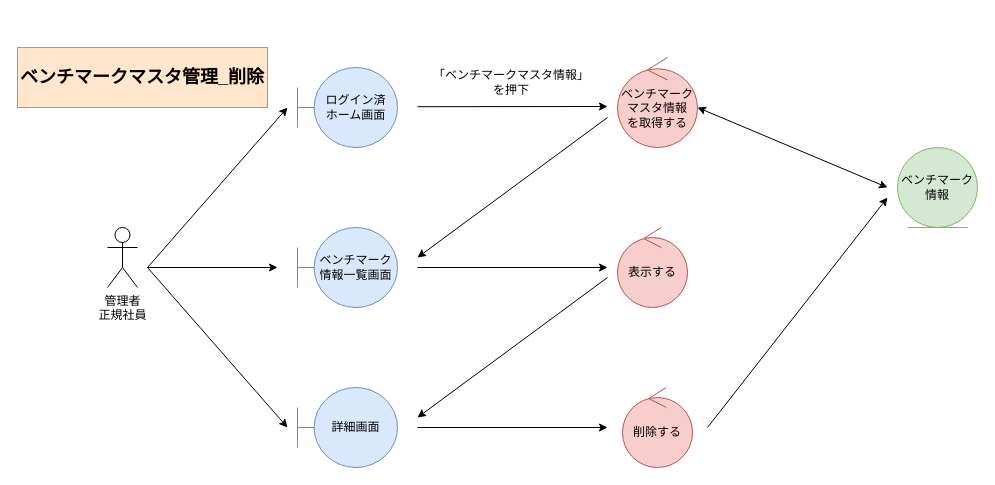
Above: page "*ベンチマークマスタ管理_削除" (4 of 4) of 各種設計書/3ロバストネス図/マスタ管理/5.ベンチマークマスタ.drawio in HaruShim/Sotuken (draw.io), before the change. Source tidied: cells renumbered, new cells numbered last; positions are measured from the earlier drawing's top-left corner, leaving out a move shared by most shapes. Both pictures are drawn from the tidied source at 100%, with x=0, y=0 at pixel (17, 47).
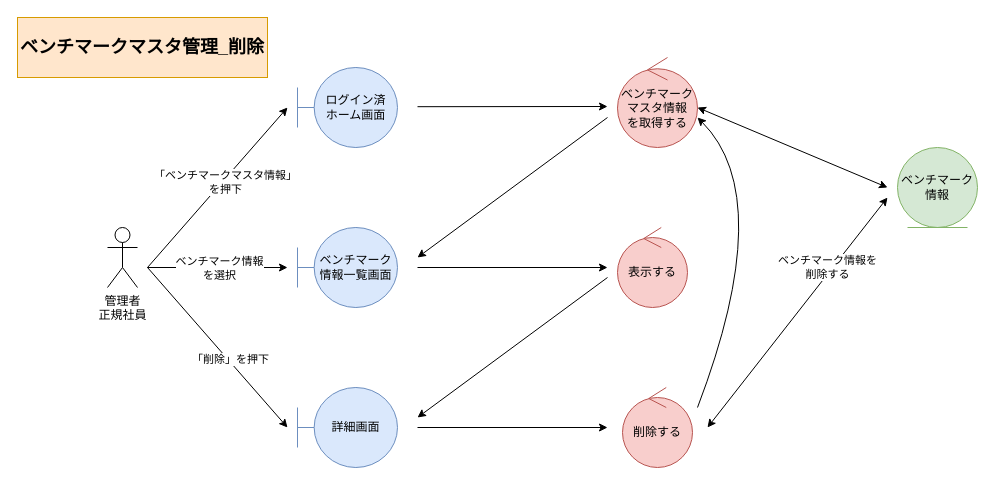
Above is the later version.

The edit, as a diff of the source:
```diff
@@
-    <mxCell id="2" value="管理者&lt;br&gt;正規社員" style="shape=umlActor;verticalLabelPosition=bottom;verticalAlign=top;html=1;" parent="1" vertex="1">
-      <mxGeometry x="90" y="180" width="30" height="60" as="geometry" />
-    </mxCell>
@@
-    <mxCell id="5" style="endArrow=classic;html=1;rounded=0;" parent="1" edge="1">
-      <mxGeometry relative="1" as="geometry">
-        <mxPoint x="130" y="220" as="sourcePoint" />
-        <mxPoint x="270" y="60" as="targetPoint" />
-      </mxGeometry>
-    </mxCell>
-    <mxCell id="6" style="endArrow=classic;html=1;rounded=0;" parent="1" edge="1">
-      <mxGeometry relative="1" as="geometry">
-        <mxPoint x="130" y="220" as="sourcePoint" />
-        <mxPoint x="260" y="220" as="targetPoint" />
-      </mxGeometry>
-    </mxCell>
-    <mxCell id="7" style="endArrow=classic;html=1;rounded=0;" parent="1" edge="1">
-      <mxGeometry relative="1" as="geometry">
-        <mxPoint x="130" y="220" as="sourcePoint" />
-        <mxPoint x="270" y="380" as="targetPoint" />
-      </mxGeometry>
-    </mxCell>
@@
-    <mxCell id="11" value="「ベンチマークマスタ情報」&lt;br&gt;を押下" style="text;html=1;strokeColor=none;fillColor=none;align=center;verticalAlign=middle;whiteSpace=wrap;rounded=0;" parent="1" vertex="1">
-      <mxGeometry x="414" y="20" width="160" height="30" as="geometry" />
-    </mxCell>
@@
-    <mxCell id="20" style="endArrow=none;html=1;rounded=0;jumpStyle=none;startArrow=classic;startFill=1;endFill=0;" parent="1" edge="1">
+    <mxCell id="20" style="endArrow=classic;html=1;rounded=0;jumpStyle=none;startArrow=classic;startFill=1;endFill=1;" parent="1" edge="1">
       <mxGeometry relative="1" as="geometry">
         <mxPoint x="870" y="150" as="sourcePoint" />
         <mxPoint x="690" y="380" as="targetPoint" />
       </mxGeometry>
     </mxCell>
+    <mxCell id="22" value="ベンチマーク情報を&lt;br&gt;削除する" style="edgeLabel;html=1;align=center;verticalAlign=middle;" parent="20" vertex="1">
+      <mxGeometry x="0.11" y="2" relative="1" as="geometry">
+        <mxPoint x="38" y="-59" as="offset" />
+      </mxGeometry>
+    </mxCell>
     <mxCell id="21" value="ベンチマークマスタ管理_削除" style="rounded=0;whiteSpace=wrap;html=1;fillColor=#ffe6cc;strokeColor=#d79b00;fontStyle=1;fontSize=18;" parent="1" vertex="1">
-      <mxGeometry width="250" height="60" as="geometry" />
+      <mxGeometry y="-30" width="250" height="60" as="geometry" />
     </mxCell>
+    <mxCell id="2" value="管理者&lt;br&gt;正規社員" style="shape=umlActor;verticalLabelPosition=bottom;verticalAlign=top;html=1;" parent="1" vertex="1">
+      <mxGeometry x="90" y="180" width="30" height="60" as="geometry" />
+    </mxCell>
+    <mxCell id="23" style="endArrow=classic;html=1;rounded=0;" parent="1" edge="1">
+      <mxGeometry relative="1" as="geometry">
+        <mxPoint x="130" y="220" as="sourcePoint" />
+        <mxPoint x="270" y="60" as="targetPoint" />
+      </mxGeometry>
+    </mxCell>
+    <mxCell id="11" value="「ベンチマークマスタ情報」&lt;br&gt;を押下" style="edgeLabel;html=1;align=center;verticalAlign=middle;" parent="23" vertex="1">
+      <mxGeometry x="0.21" y="-2" relative="1" as="geometry">
+        <mxPoint x="-9" y="10" as="offset" />
+      </mxGeometry>
+    </mxCell>
+    <mxCell id="24" style="endArrow=classic;html=1;rounded=0;" parent="1" edge="1">
+      <mxGeometry relative="1" as="geometry">
+        <mxPoint x="130" y="220" as="sourcePoint" />
+        <mxPoint x="270" y="380" as="targetPoint" />
+      </mxGeometry>
+    </mxCell>
+    <mxCell id="25" value="「削除」を押下" style="edgeLabel;html=1;align=center;verticalAlign=middle;" parent="24" vertex="1">
+      <mxGeometry x="0.15" y="1" relative="1" as="geometry">
+        <mxPoint x="1" as="offset" />
+      </mxGeometry>
+    </mxCell>
+    <mxCell id="26" style="endArrow=classic;html=1;rounded=0;" parent="1" edge="1">
+      <mxGeometry relative="1" as="geometry">
+        <mxPoint x="130" y="220" as="sourcePoint" />
+        <mxPoint x="270" y="220" as="targetPoint" />
+      </mxGeometry>
+    </mxCell>
+    <mxCell id="27" value="ベンチマーク情報&lt;br&gt;を選択" style="edgeLabel;html=1;align=center;verticalAlign=middle;" parent="26" vertex="1">
+      <mxGeometry x="0.55" y="-1" relative="1" as="geometry">
+        <mxPoint x="-38" y="-1" as="offset" />
+      </mxGeometry>
+    </mxCell>
+    <mxCell id="28" style="curved=1;endArrow=classic;html=1;rounded=0;" parent="1" edge="1">
+      <mxGeometry relative="1" as="geometry">
+        <mxPoint x="680" y="360" as="sourcePoint" />
+        <mxPoint x="680" y="70" as="targetPoint" />
+        <Array as="points">
+          <mxPoint x="760" y="150" />
+        </Array>
+      </mxGeometry>
+    </mxCell>
```
